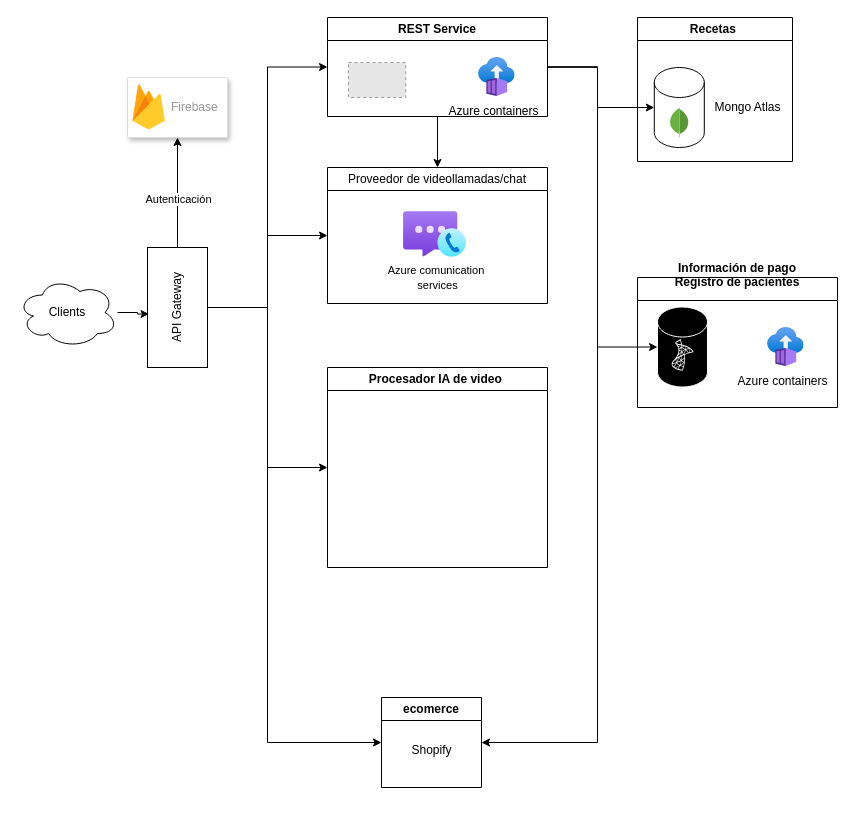
Earlier version of the draw.io diagram diseño de arquitectura.drawio (Josue-Echeverria/ProyectoDiseno). Source tidied: cells renumbered, new cells numbered last; positions are measured from the earlier drawing's top-left corner, leaving out a move shared by most shapes. Both pictures are drawn from the tidied source at 100%, with x=0, y=0 at pixel (17, 17). Pictures stored in the file or linked from it are replaced by grey dashed boxes.
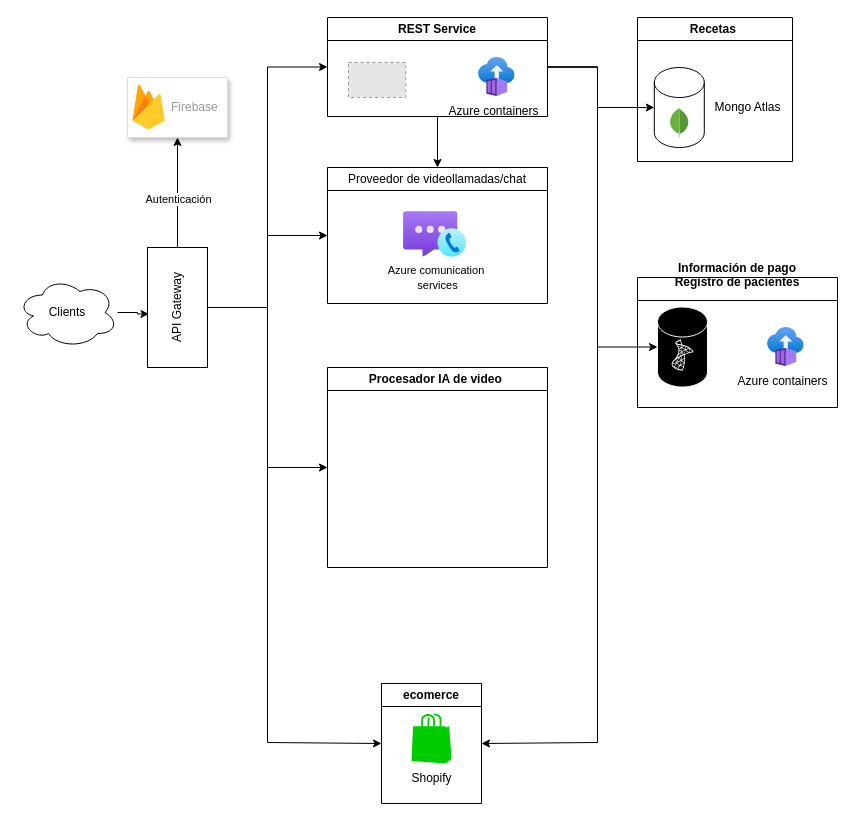
The same page after the edit.

What changed in the source:
```diff
@@
     <mxCell id="18" value="ecomerce" style="swimlane;whiteSpace=wrap;html=1;startSize=23;" parent="1" vertex="1">
-      <mxGeometry x="364" y="680" width="100" height="90" as="geometry" />
+      <mxGeometry x="364" y="666" width="100" height="120" as="geometry" />
     </mxCell>
     <mxCell id="19" value="Shopify" style="text;html=1;align=center;verticalAlign=middle;strokeColor=none;fillColor=none;" parent="18" vertex="1">
-      <mxGeometry x="20" y="38" width="60" height="30" as="geometry" />
+      <mxGeometry x="20" y="80" width="60" height="30" as="geometry" />
     </mxCell>
+    <mxCell id="40" style="verticalLabelPosition=bottom;html=1;verticalAlign=top;align=center;strokeColor=none;fillColor=#00CC00;shape=mxgraph.azure.azure_marketplace;" parent="18" vertex="1">
+      <mxGeometry x="30" y="30" width="40" height="50" as="geometry" />
+    </mxCell>
```
